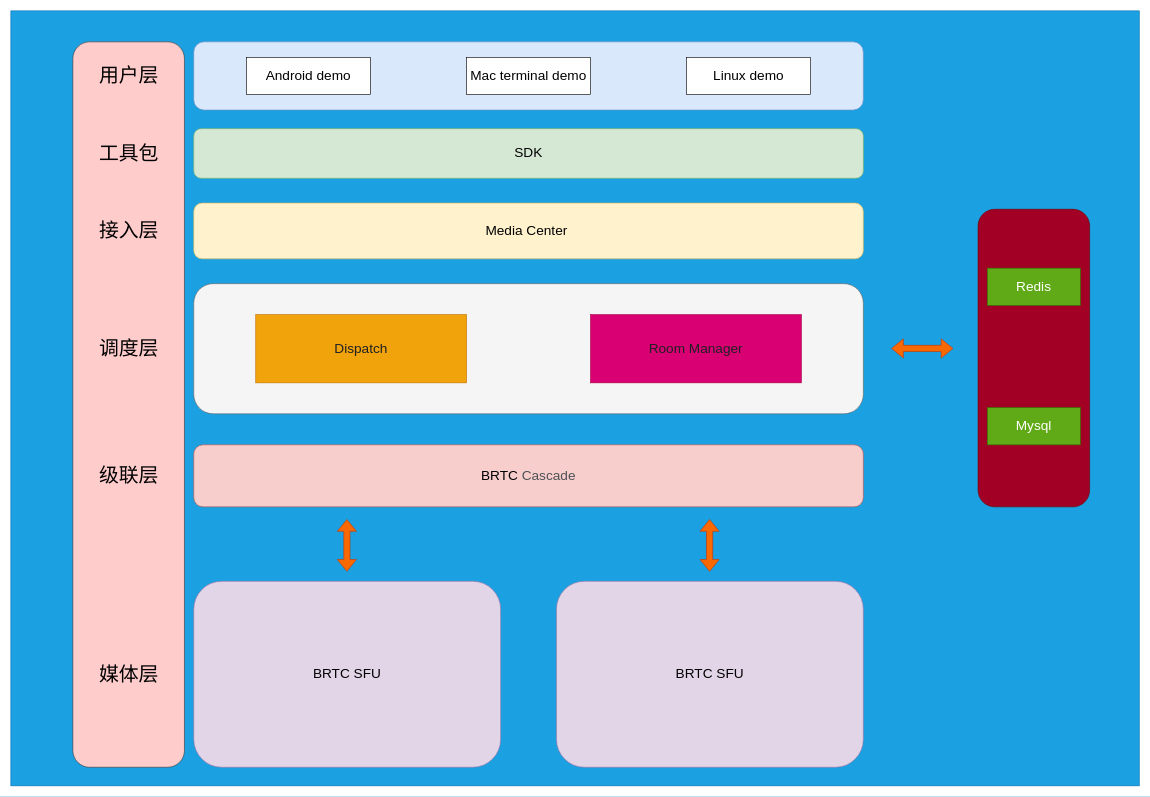
This is Draw/架构图.drawio from qw225967/Bifrost, a draw.io file, before an edit. Source tidied: cells renumbered, new cells numbered last; positions are measured from the earlier drawing's top-left corner, leaving out a move shared by most shapes. Both pictures are drawn from the tidied source at 62%, with x=0, y=0 at pixel (11, 11).
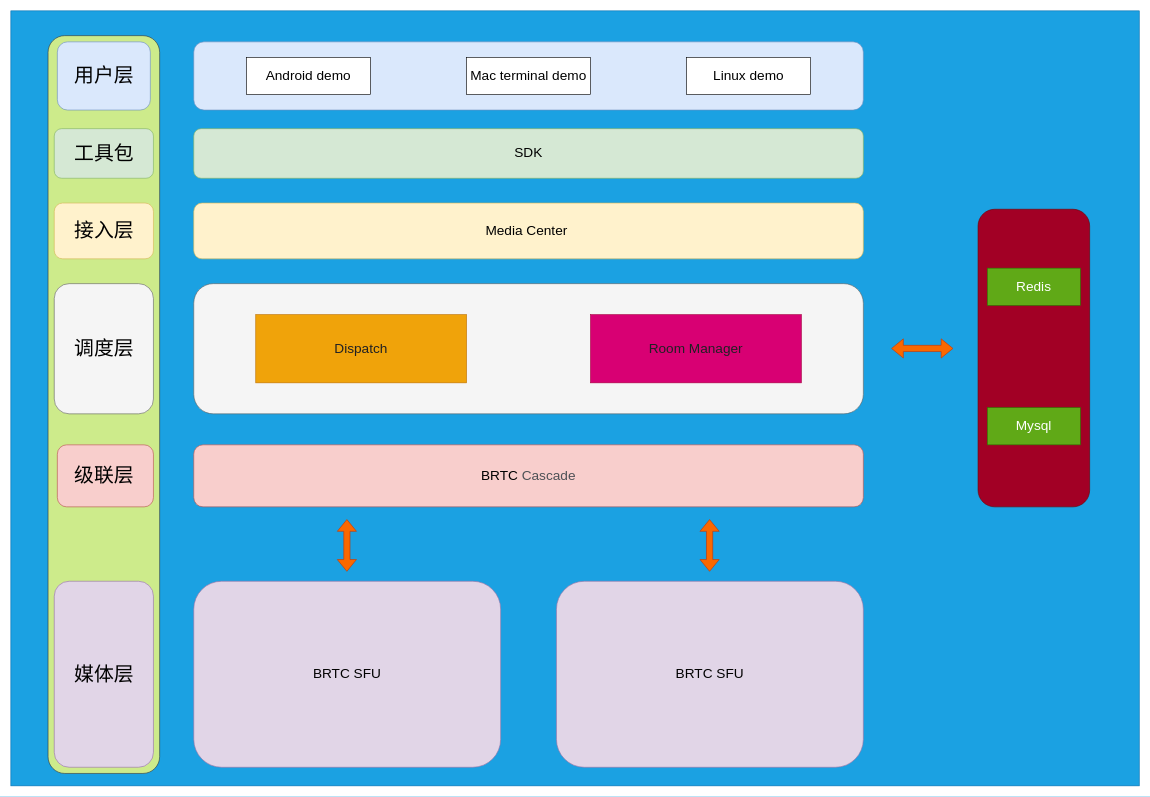
The same diagram, later.

Commit message (it also covers changes not shown here):
更新架构图.drawio

What changed in the source:
```diff
@@
-    <mxCell id="3" style="rounded=1;whiteSpace=wrap;html=1;labelBackgroundColor=none;fontSize=32;fillColor=#ffcccc;strokeColor=#36393d;" parent="1" vertex="1">
-      <mxGeometry x="100" y="50" width="180" height="1170" as="geometry" />
+    <mxCell id="3" style="rounded=1;whiteSpace=wrap;html=1;labelBackgroundColor=none;fontSize=32;fillColor=#cdeb8b;strokeColor=#36393d;" parent="1" vertex="1">
+      <mxGeometry x="60" y="40" width="180" height="1190" as="geometry" />
     </mxCell>
+    <mxCell id="28" style="rounded=1;whiteSpace=wrap;html=1;fillColor=#e1d5e7;strokeColor=#9673a6;" parent="1" vertex="1">
+      <mxGeometry x="70" y="920" width="160" height="300" as="geometry" />
+    </mxCell>
+    <mxCell id="29" style="rounded=1;whiteSpace=wrap;html=1;fillColor=#f8cecc;strokeColor=#b85450;" parent="1" vertex="1">
+      <mxGeometry x="75" y="700" width="155" height="100" as="geometry" />
+    </mxCell>
+    <mxCell id="30" style="rounded=1;whiteSpace=wrap;html=1;fillColor=#f5f5f5;fontColor=#333333;strokeColor=#666666;" parent="1" vertex="1">
+      <mxGeometry x="70" y="440" width="160" height="210" as="geometry" />
+    </mxCell>
+    <mxCell id="31" style="rounded=1;whiteSpace=wrap;html=1;fillColor=#fff2cc;strokeColor=#d6b656;" parent="1" vertex="1">
+      <mxGeometry x="70" y="310" width="160" height="90" as="geometry" />
+    </mxCell>
+    <mxCell id="32" style="rounded=1;whiteSpace=wrap;html=1;fillColor=#d5e8d4;strokeColor=#82b366;" parent="1" vertex="1">
+      <mxGeometry x="70" y="190" width="160" height="80" as="geometry" />
+    </mxCell>
+    <mxCell id="33" style="rounded=1;whiteSpace=wrap;html=1;fillColor=#dae8fc;strokeColor=#6c8ebf;" parent="1" vertex="1">
+      <mxGeometry x="75" y="50" width="150" height="110" as="geometry" />
+    </mxCell>
@@
     <mxCell id="22" value="&lt;font style=&quot;font-size: 32px;&quot;&gt;用户层&lt;/font&gt;" style="text;html=1;align=center;verticalAlign=middle;fillColor=none;strokeColor=none;rounded=0;labelBackgroundColor=none;fontSize=22;" parent="1" vertex="1">
-      <mxGeometry x="130" y="80" width="120" height="50" as="geometry" />
+      <mxGeometry x="90" y="80" width="120" height="50" as="geometry" />
     </mxCell>
     <mxCell id="23" value="&lt;span style=&quot;font-size: 32px;&quot;&gt;工具包&lt;/span&gt;" style="text;html=1;align=center;verticalAlign=middle;fillColor=none;strokeColor=none;rounded=0;labelBackgroundColor=none;fontSize=22;" parent="1" vertex="1">
-      <mxGeometry x="130" y="205" width="120" height="50" as="geometry" />
+      <mxGeometry x="90" y="205" width="120" height="50" as="geometry" />
     </mxCell>
     <mxCell id="24" value="&lt;span style=&quot;font-size: 32px;&quot;&gt;接入层&lt;/span&gt;" style="text;html=1;align=center;verticalAlign=middle;fillColor=none;strokeColor=none;rounded=0;labelBackgroundColor=none;fontSize=22;" parent="1" vertex="1">
-      <mxGeometry x="130" y="330" width="120" height="50" as="geometry" />
+      <mxGeometry x="90" y="330" width="120" height="50" as="geometry" />
     </mxCell>
     <mxCell id="25" value="&lt;span style=&quot;font-size: 32px;&quot;&gt;调度层&lt;/span&gt;" style="text;html=1;align=center;verticalAlign=middle;fillColor=none;strokeColor=none;rounded=0;labelBackgroundColor=none;fontSize=22;" parent="1" vertex="1">
-      <mxGeometry x="130" y="520" width="120" height="50" as="geometry" />
+      <mxGeometry x="90" y="520" width="120" height="50" as="geometry" />
     </mxCell>
     <mxCell id="26" value="&lt;span style=&quot;font-size: 32px;&quot;&gt;级联层&lt;/span&gt;" style="text;html=1;align=center;verticalAlign=middle;fillColor=none;strokeColor=none;rounded=0;labelBackgroundColor=none;fontSize=22;" parent="1" vertex="1">
-      <mxGeometry x="130" y="725" width="120" height="50" as="geometry" />
+      <mxGeometry x="90" y="725" width="120" height="50" as="geometry" />
     </mxCell>
     <mxCell id="27" value="&lt;span style=&quot;font-size: 32px;&quot;&gt;媒体层&lt;/span&gt;" style="text;html=1;align=center;verticalAlign=middle;fillColor=none;strokeColor=none;rounded=0;labelBackgroundColor=none;fontSize=22;" parent="1" vertex="1">
-      <mxGeometry x="130" y="1045" width="120" height="50" as="geometry" />
+      <mxGeometry x="90" y="1045" width="120" height="50" as="geometry" />
     </mxCell>
```
